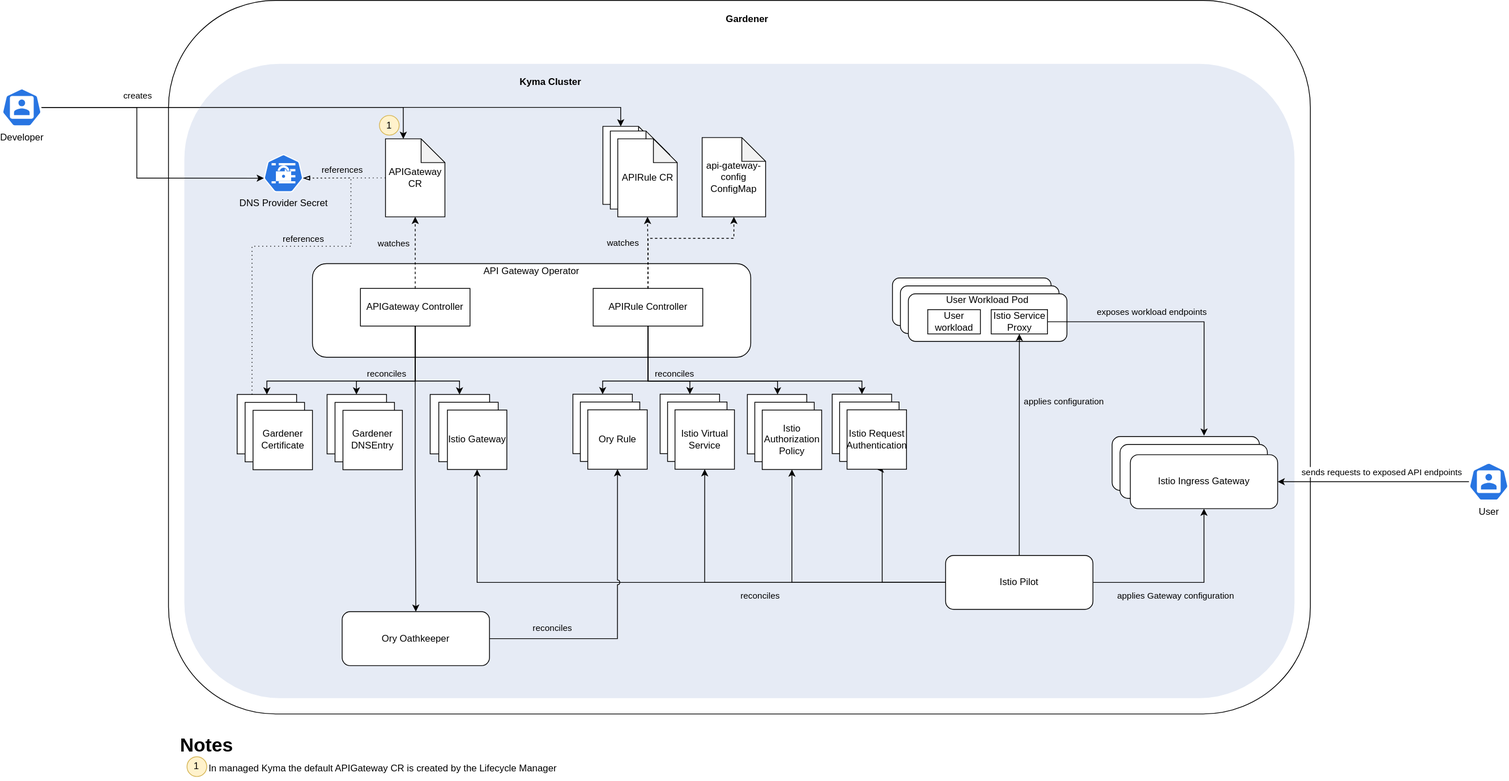
Earlier version of the draw.io export docs/assets/operator-contributor-skr-overview.svg (kyma-project/api-gateway). Source tidied: cells renumbered, new cells last; positions are measured from the earlier drawing's top-left corner, leaving out a move shared by most shapes.
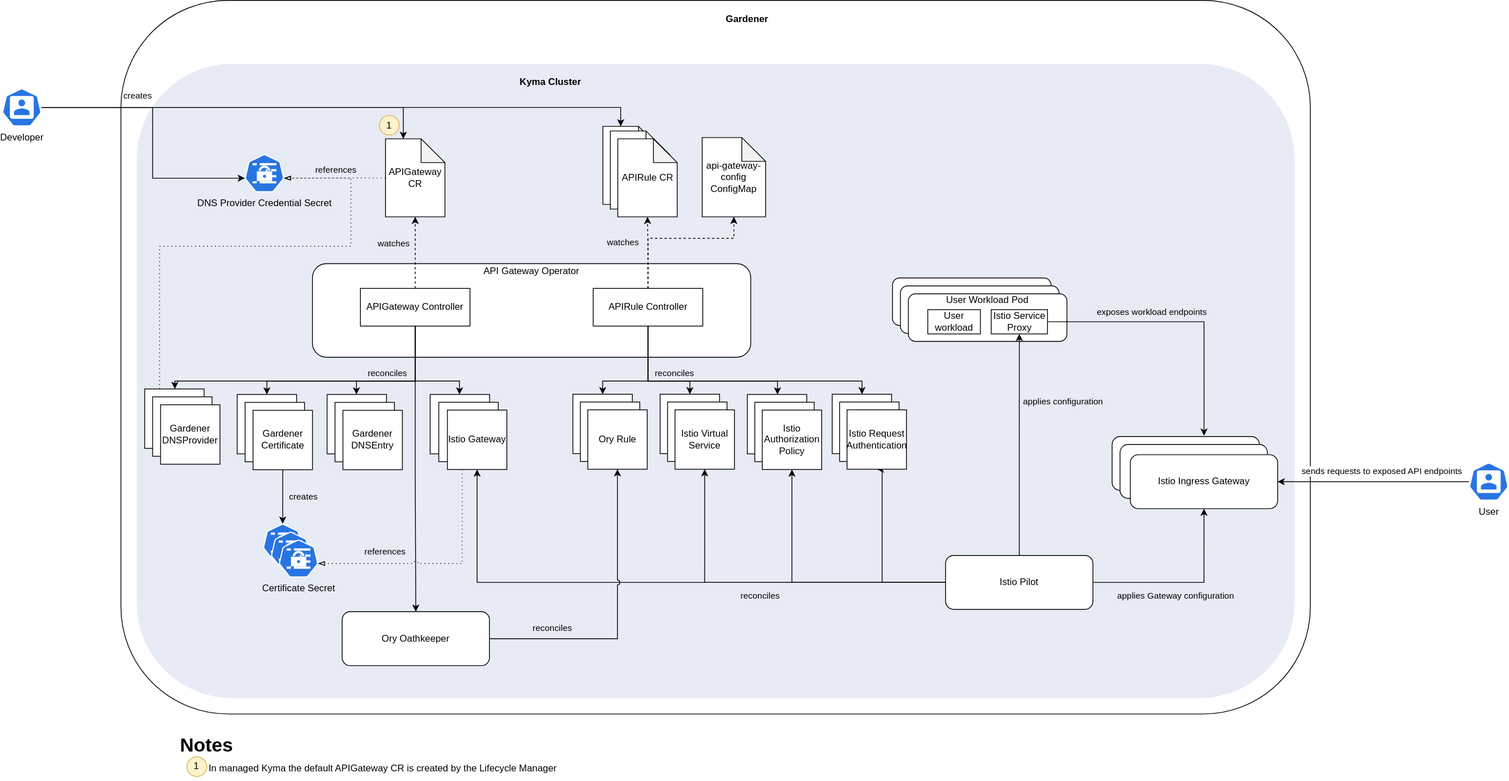
Above is the later version.

Change to the diagram source:
```diff
@@ -3,13 +3,13 @@
     <mxCell id="0" />
     <mxCell id="1" parent="0" />
     <mxCell id="2" style="rounded=1;whiteSpace=wrap;html=1;labelBackgroundColor=none;" parent="1" vertex="1">
-      <mxGeometry x="210" width="1440" height="900" as="geometry" />
+      <mxGeometry x="150" width="1500" height="900" as="geometry" />
     </mxCell>
     <mxCell id="3" style="edgeStyle=orthogonalEdgeStyle;rounded=0;jettySize=auto;html=1;entryX=0;entryY=0;entryDx=22.473684210526322;entryDy=0;entryPerimeter=0;" parent="1" edge="1" source="9" target="17">
       <mxGeometry relative="1" as="geometry" />
     </mxCell>
     <mxCell id="4" style="rounded=1;whiteSpace=wrap;html=1;strokeColor=none;fillColor=#E6EBF5;fillStyle=auto;" parent="1" vertex="1">
-      <mxGeometry x="230" y="80" width="1400" height="800" as="geometry" />
+      <mxGeometry x="170" y="80" width="1460" height="800" as="geometry" />
     </mxCell>
     <mxCell id="5" style="edgeStyle=orthogonalEdgeStyle;rounded=0;jettySize=auto;html=1;entryX=0;entryY=0;entryDx=22.473684210526322;entryDy=0;entryPerimeter=0;" parent="1" edge="1" source="9" target="25">
       <mxGeometry relative="1" as="geometry" />
@@ -22,8 +22,8 @@
     <mxCell id="7" style="edgeStyle=orthogonalEdgeStyle;rounded=0;jettySize=auto;html=1;entryX=0.005;entryY=0.63;entryDx=0;entryDy=0;entryPerimeter=0;" parent="1" edge="1" source="9" target="44">
       <mxGeometry relative="1" as="geometry">
         <Array as="points">
-          <mxPoint x="170" y="135" />
-          <mxPoint x="170" y="224" />
+          <mxPoint x="190" y="135" />
+          <mxPoint x="190" y="224" />
         </Array>
       </mxGeometry>
     </mxCell>
@@ -55,7 +55,7 @@
     </mxCell>
     <mxCell id="16" value="references" style="edgeLabel;html=1;align=center;verticalAlign=middle;labelBackgroundColor=none;" parent="15" vertex="1">
       <mxGeometry x="-0.24" y="2" relative="1" as="geometry">
-        <mxPoint x="-15" y="-12" as="offset" />
+        <mxPoint x="-14" y="-12" as="offset" />
       </mxGeometry>
     </mxCell>
     <mxCell id="17" value="APIGateway CR" style="shape=note;whiteSpace=wrap;html=1;backgroundOutline=1;darkOpacity=0.05;" parent="1" vertex="1">
@@ -155,8 +155,8 @@
     <mxCell id="43" value="Istio Pilot" style="rounded=1;whiteSpace=wrap;html=1;gradientColor=none;fillColor=default;" parent="1" vertex="1">
       <mxGeometry x="1190" y="700" width="185.8" height="68.1" as="geometry" />
     </mxCell>
-    <mxCell id="44" value="DNS Provider Secret" style="sketch=0;html=1;dashed=0;whitespace=wrap;fillColor=#2875E2;strokeColor=#ffffff;points=[[0.005,0.63,0],[0.1,0.2,0],[0.9,0.2,0],[0.5,0,0],[0.995,0.63,0],[0.72,0.99,0],[0.5,1,0],[0.28,0.99,0]];verticalLabelPosition=bottom;align=center;verticalAlign=top;shape=mxgraph.kubernetes.icon;prIcon=secret;labelBackgroundColor=none;" parent="1" vertex="1">
-      <mxGeometry x="330" y="194" width="50" height="48" as="geometry" />
+    <mxCell id="44" value="DNS Provider Credential Secret" style="sketch=0;html=1;dashed=0;whitespace=wrap;fillColor=#2875E2;strokeColor=#ffffff;points=[[0.005,0.63,0],[0.1,0.2,0],[0.9,0.2,0],[0.5,0,0],[0.995,0.63,0],[0.72,0.99,0],[0.5,1,0],[0.28,0.99,0]];verticalLabelPosition=bottom;align=center;verticalAlign=top;shape=mxgraph.kubernetes.icon;prIcon=secret;labelBackgroundColor=none;" parent="1" vertex="1">
+      <mxGeometry x="306" y="194" width="50" height="48" as="geometry" />
     </mxCell>
     <mxCell id="45" style="group;" parent="1" vertex="1">
       <mxGeometry x="296.6" y="497" width="94.9" height="94.9" as="geometry" />
@@ -399,19 +399,65 @@
         <mxPoint x="-1" y="-13" as="offset" />
       </mxGeometry>
     </mxCell>
-    <mxCell id="109" style="edgeStyle=orthogonalEdgeStyle;rounded=0;jettySize=auto;html=1;exitX=0.25;exitY=0;exitDx=0;exitDy=0;dashed=1;dashPattern=1 4;endArrow=blockThin;endFill=0;" parent="1" edge="1" source="46">
-      <mxGeometry relative="1" as="geometry">
-        <mxPoint x="380" y="224" as="targetPoint" />
-        <Array as="points">
-          <mxPoint x="315" y="310" />
-          <mxPoint x="440" y="310" />
-          <mxPoint x="440" y="224" />
-        </Array>
-      </mxGeometry>
-    </mxCell>
+    <mxCell id="111" style="group;" parent="1" vertex="1">
+      <mxGeometry x="180" y="490" width="94.9" height="94.9" as="geometry" />
+    </mxCell>
+    <mxCell id="112" style="whiteSpace=wrap;html=1;fillColor=default;gradientColor=none;" parent="111" vertex="1">
+      <mxGeometry width="74.9" height="74.9" as="geometry" />
+    </mxCell>
+    <mxCell id="113" style="whiteSpace=wrap;html=1;fillColor=default;gradientColor=none;" parent="111" vertex="1">
+      <mxGeometry x="10" y="10" width="74.9" height="74.9" as="geometry" />
+    </mxCell>
+    <mxCell id="114" value="Gardener DNSProvider" style="whiteSpace=wrap;html=1;fillColor=default;gradientColor=none;" parent="111" vertex="1">
+      <mxGeometry x="20" y="20" width="74.9" height="74.9" as="geometry" />
+    </mxCell>
+    <mxCell id="115" style="edgeStyle=orthogonalEdgeStyle;rounded=0;jettySize=auto;html=1;jumpStyle=none;" parent="1" edge="1" source="21" target="112">
+      <mxGeometry relative="1" as="geometry">
+        <Array as="points">
+          <mxPoint x="521" y="480" />
+          <mxPoint x="218" y="480" />
+        </Array>
+      </mxGeometry>
+    </mxCell>
+    <mxCell id="116" style="edgeStyle=orthogonalEdgeStyle;rounded=0;jettySize=auto;html=1;exitX=0.25;exitY=0;exitDx=0;exitDy=0;dashed=1;dashPattern=1 4;endArrow=blockThin;endFill=0;jumpStyle=arc;entryX=0.995;entryY=0.63;entryDx=0;entryDy=0;entryPerimeter=0;" parent="1" edge="1" source="112" target="44">
+      <mxGeometry relative="1" as="geometry">
+        <Array as="points">
+          <mxPoint x="199" y="310" />
+          <mxPoint x="440" y="310" />
+          <mxPoint x="440" y="224" />
+        </Array>
+      </mxGeometry>
+    </mxCell>
+    <mxCell id="117" style="edgeStyle=orthogonalEdgeStyle;rounded=0;jettySize=auto;html=1;" parent="1" edge="1" source="48" target="120">
+      <mxGeometry relative="1" as="geometry" />
+    </mxCell>
+    <mxCell id="118" value="creates" style="edgeLabel;html=1;align=center;verticalAlign=middle;labelBackgroundColor=none;" parent="117" vertex="1">
+      <mxGeometry x="-0.38" y="1" relative="1" as="geometry">
+        <mxPoint x="24" y="13" as="offset" />
+      </mxGeometry>
+    </mxCell>
+    <mxCell id="119" style="group;" parent="1" vertex="1">
+      <mxGeometry x="329" y="660" width="70" height="68" as="geometry" />
+    </mxCell>
+    <mxCell id="120" style="sketch=0;html=1;dashed=0;whitespace=wrap;fillColor=#2875E2;strokeColor=#ffffff;points=[[0.005,0.63,0],[0.1,0.2,0],[0.9,0.2,0],[0.5,0,0],[0.995,0.63,0],[0.72,0.99,0],[0.5,1,0],[0.28,0.99,0]];verticalLabelPosition=bottom;align=center;verticalAlign=top;shape=mxgraph.kubernetes.icon;prIcon=secret;labelBackgroundColor=none;" parent="119" vertex="1">
+      <mxGeometry width="50" height="48" as="geometry" />
+    </mxCell>
+    <mxCell id="121" style="sketch=0;html=1;dashed=0;whitespace=wrap;fillColor=#2875E2;strokeColor=#ffffff;verticalLabelPosition=bottom;align=center;verticalAlign=top;shape=mxgraph.kubernetes.icon;prIcon=secret;labelBackgroundColor=none;" parent="119" vertex="1">
+      <mxGeometry x="10" y="10" width="50" height="48" as="geometry" />
+    </mxCell>
+    <mxCell id="122" value="Certificate Secret" style="sketch=0;html=1;dashed=0;whitespace=wrap;fillColor=#2875E2;strokeColor=#ffffff;points=[[0.005,0.63,0],[0.1,0.2,0],[0.9,0.2,0],[0.5,0,0],[0.995,0.63,0],[0.72,0.99,0],[0.5,1,0],[0.28,0.99,0]];verticalLabelPosition=bottom;align=center;verticalAlign=top;shape=mxgraph.kubernetes.icon;prIcon=secret;labelBackgroundColor=none;" parent="119" vertex="1">
+      <mxGeometry x="20" y="20" width="50" height="48" as="geometry" />
+    </mxCell>
+    <mxCell id="123" style="edgeStyle=orthogonalEdgeStyle;rounded=0;jettySize=auto;html=1;exitX=0.25;exitY=1;exitDx=0;exitDy=0;dashed=1;dashPattern=1 4;endArrow=blockThin;endFill=0;jumpStyle=arc;entryX=0.995;entryY=0.63;entryDx=0;entryDy=0;entryPerimeter=0;" parent="1" edge="1" source="52" target="122">
+      <mxGeometry relative="1" as="geometry">
+        <Array as="points">
+          <mxPoint x="580" y="710" />
+        </Array>
+      </mxGeometry>
+    </mxCell>
-    <mxCell id="110" value="references" style="edgeLabel;html=1;align=center;verticalAlign=middle;labelBackgroundColor=none;" parent="109" vertex="1">
-      <mxGeometry x="0.01" relative="1" as="geometry">
-        <mxPoint x="21" y="-10" as="offset" />
+    <mxCell id="110" value="references" style="edgeLabel;html=1;align=center;verticalAlign=middle;labelBackgroundColor=none;" parent="123" vertex="1">
+      <mxGeometry x="0.56" relative="1" as="geometry">
+        <mxPoint x="18" y="-16" as="offset" />
       </mxGeometry>
     </mxCell>
   </root>
```
